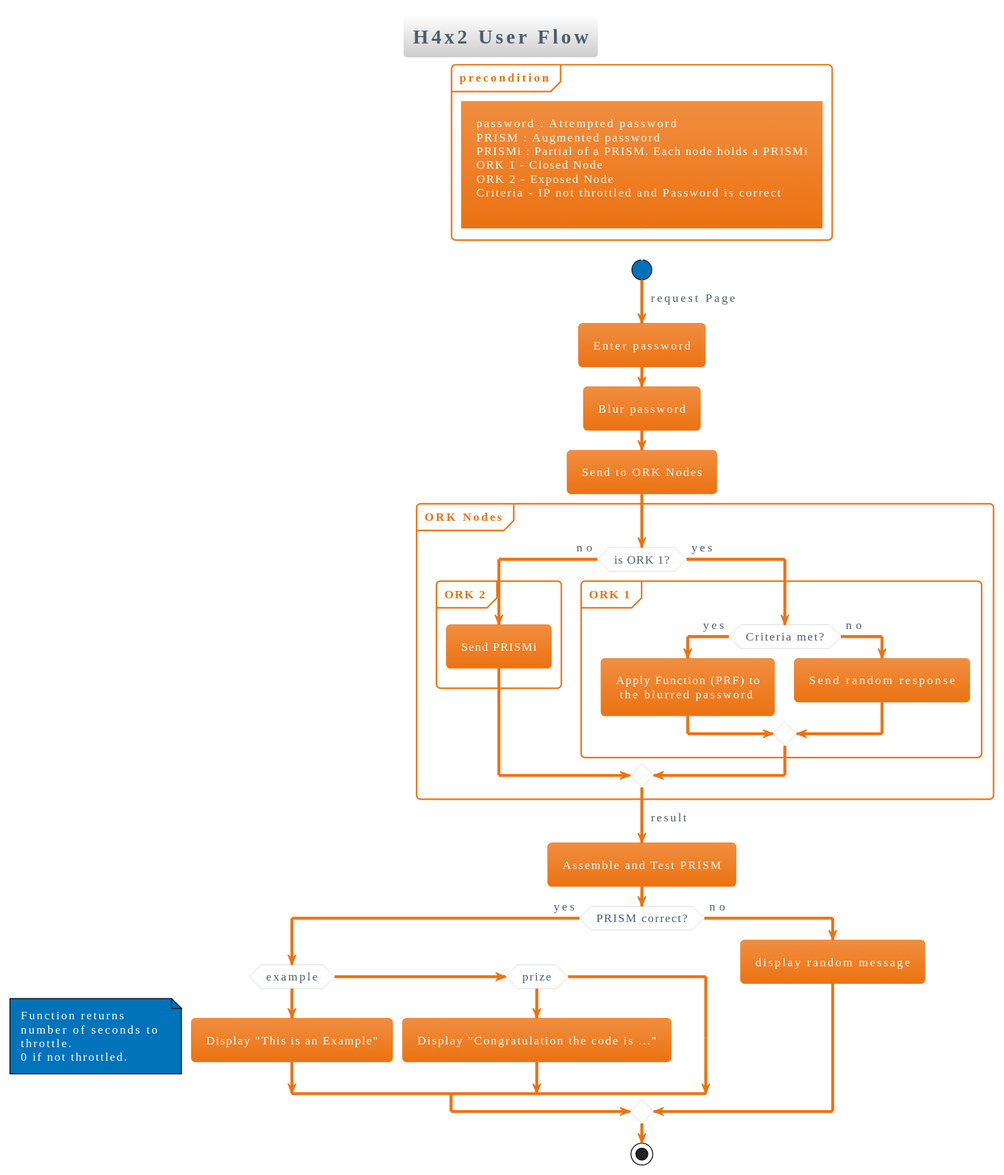
tide-foundation/Tide-h4x2 keeps this PlantUML diagram as diagrams/svg/H4x2_userflow.svg. Above is the earlier version. Its diagram source:
```plantuml
@startuml H4x2_userflow
!include https://raw.githubusercontent.com/bschwarz/puml-themes/master/themes/aws-orange-light/puml-theme-aws-orange-light.puml


title H4x2 User Flow

partition "**precondition**" {
    :password : Attempted password
    PRISM : Augmented password
    PRISMi : Partial of a PRISM.  Each node holds a PRISMi
    ORK 1 - Closed Node
    ORK 2 - Exposed Node
    Criteria - IP not throttled and Password is correct
    ]
}
-[#white,dashed]->;

start
->request Page;
:Enter password;
:Blur password;
:Send to ORK Nodes;
partition "**ORK Nodes**" {
    if (is ORK 1?) then (no)
        partition "**ORK 2**" {
        :Send PRISMi;
        }
    else (yes)
        partition "**ORK 1**" {
            if (Criteria met?) then (yes)
                :Apply Function (PRF) to\n the blurred password;
            else (no)
                :Send random response;
            endif
        }

    endif
}

->result;
:Assemble and Test PRISM;
if (PRISM correct?) then (yes)
    if (example) then
        :Display "This is an Example";
        elseif(prize) then
        :Display "Congratulation the code is ...";
    endif
    else (no)
        :display random message;
endif

note
    Function returns
    number of seconds to
    throttle.
    0 if not throttled.
endnote
stop

@enduml
```
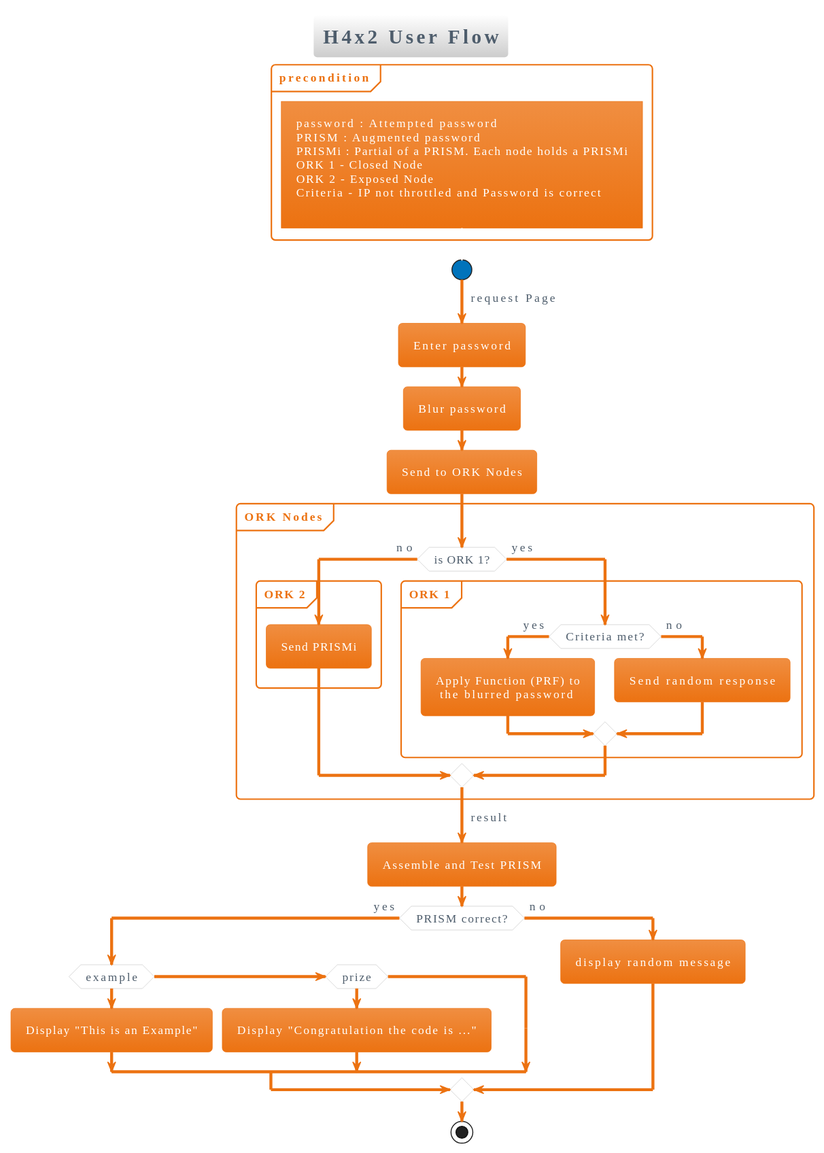
Later version of the same file.

Commit message:
:rocket: Adding Generated PlantUML Diagrams

The edit, as a diff of the source:
```diff
@@ -49,12 +49,7 @@
         :display random message;
 endif
 
-note
-    Function returns
-    number of seconds to
-    throttle.
-    0 if not throttled.
-endnote
+
 stop
 
 @enduml
```
